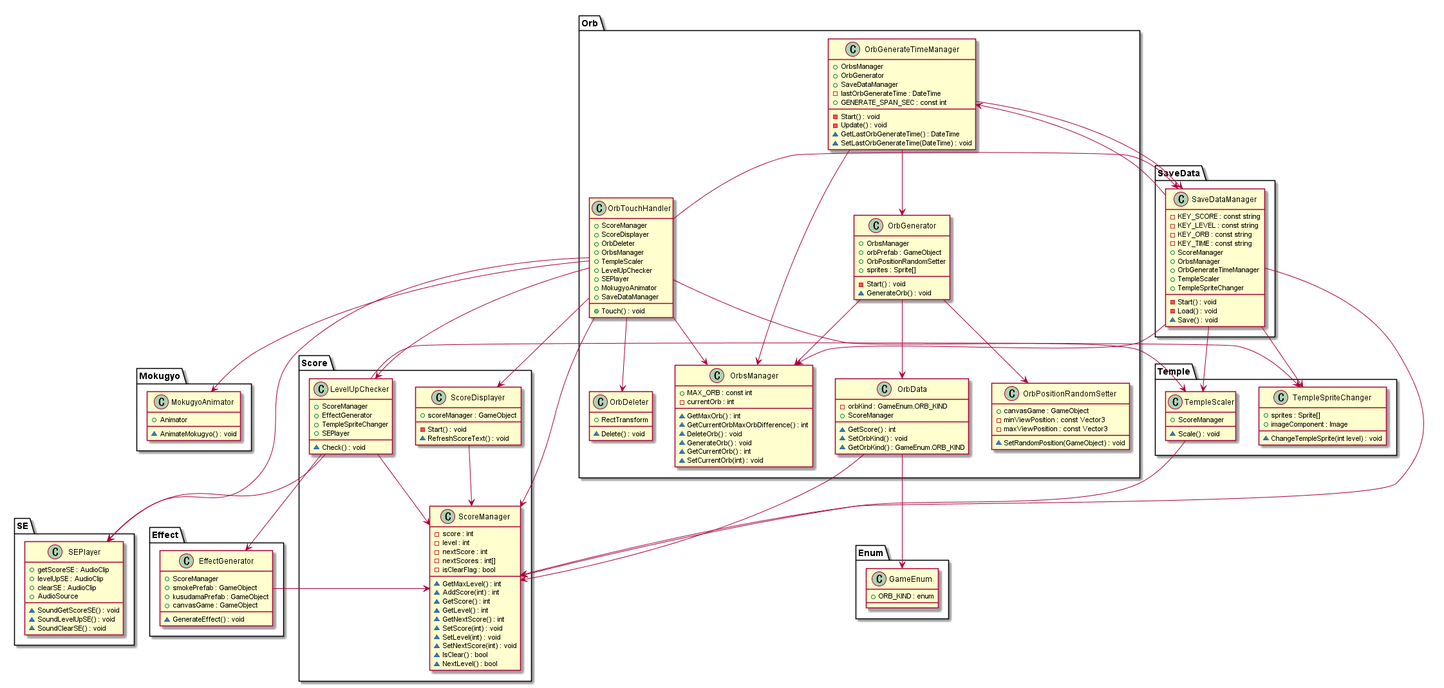
gladiolusbamboo/180921UnityTerakoyaAgain keeps this PlantUML diagram as out/TheTemple/Assets/UML/TheTemple/TheTemple.png. Above is the earlier version.
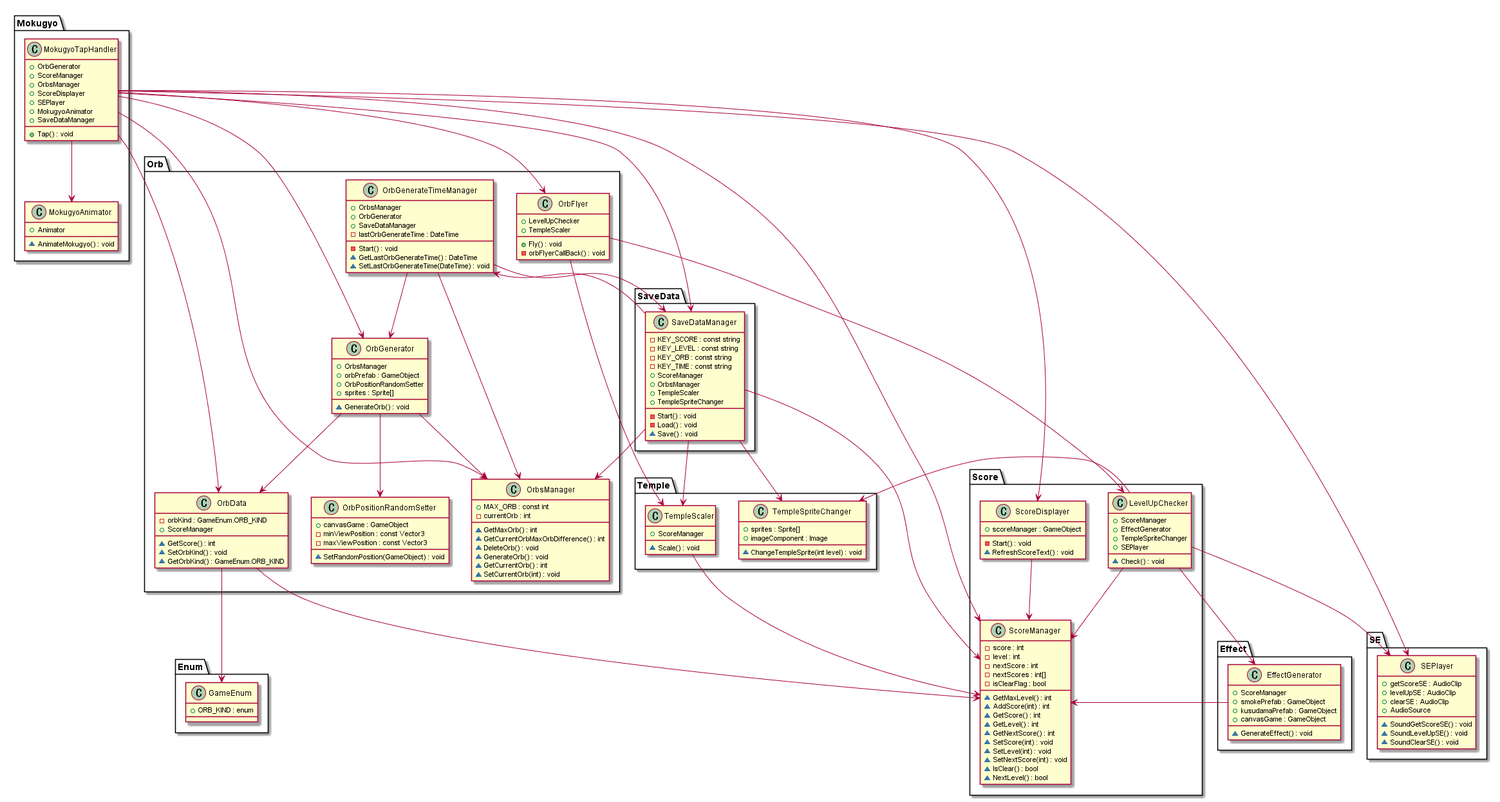
After the change.

Diff of the diagram source:
```diff
@@ -1,18 +1,20 @@
 @startuml TheTemple
 namespace Orb{
-    class OrbDeleter{
-        + RectTransform
-        ~ Delete() : void
+    class OrbFlyer{
+        + LevelUpChecker
+        + TempleScaler
+        + Fly() : void
+        - orbFlyerCallBack() : void
     }
+    OrbFlyer --> Score.LevelUpChecker
+    OrbFlyer --> Temple.TempleScaler
 
     class OrbGenerateTimeManager{
         + OrbsManager
         + OrbGenerator
         + SaveDataManager
         - lastOrbGenerateTime : DateTime
-        + GENERATE_SPAN_SEC : const int
         - Start() : void
-        - Update() : void
         ~ GetLastOrbGenerateTime() : DateTime
         ~ SetLastOrbGenerateTime(DateTime) : void
     }
@@ -25,7 +27,6 @@
         + orbPrefab : GameObject
         + OrbPositionRandomSetter
         + sprites : Sprite[]
-        - Start() : void
         ~ GenerateOrb() : void
     }
     OrbGenerator --> OrbsManager
@@ -49,28 +50,6 @@
         ~ GetCurrentOrb() : int
         ~ SetCurrentOrb(int) : void
     }
-
-    class OrbTouchHandler{
-        + ScoreManager
-        + ScoreDisplayer
-        + OrbDeleter
-        + OrbsManager
-        + TempleScaler
-        + LevelUpChecker
-        + SEPlayer
-        + MokugyoAnimator
-        + SaveDataManager
-        + Touch() : void
-    }
-    OrbTouchHandler --> Score.ScoreManager
-    OrbTouchHandler --> Score.ScoreDisplayer
-    OrbTouchHandler --> OrbDeleter
-    OrbTouchHandler --> OrbsManager
-    OrbTouchHandler --> Temple.TempleScaler
-    OrbTouchHandler --> Score.LevelUpChecker
-    OrbTouchHandler --> SE.SEPlayer
-    OrbTouchHandler --> Mokugyo.MokugyoAnimator
-    OrbTouchHandler --> SaveData.SaveDataManager
 
     class OrbData{
         - orbKind : GameEnum.ORB_KIND
@@ -171,6 +150,26 @@
         + Animator
         ~ AnimateMokugyo() : void
     }
+
+    class MokugyoTapHandler{
+        + OrbGenerator
+        + ScoreManager
+        + OrbsManager
+        + ScoreDisplayer
+        + SEPlayer
+        + MokugyoAnimator
+        + SaveDataManager
+        + Tap() : void
+    }
+    MokugyoTapHandler --> Orb.OrbGenerator
+    MokugyoTapHandler --> Score.ScoreManager
+    MokugyoTapHandler --> Orb.OrbsManager
+    MokugyoTapHandler --> Score.ScoreDisplayer
+    MokugyoTapHandler --> SE.SEPlayer
+    MokugyoTapHandler --> MokugyoAnimator
+    MokugyoTapHandler --> SaveData.SaveDataManager
+    MokugyoTapHandler --> Orb.OrbData
+    MokugyoTapHandler --> Orb.OrbFlyer
 }
 
 namespace SaveData{
@@ -181,7 +180,6 @@
         - KEY_TIME : const string
         + ScoreManager
         + OrbsManager
-        + OrbGenerateTimeManager
         + TempleScaler
         + TempleSpriteChanger
         - Start() : void
```
